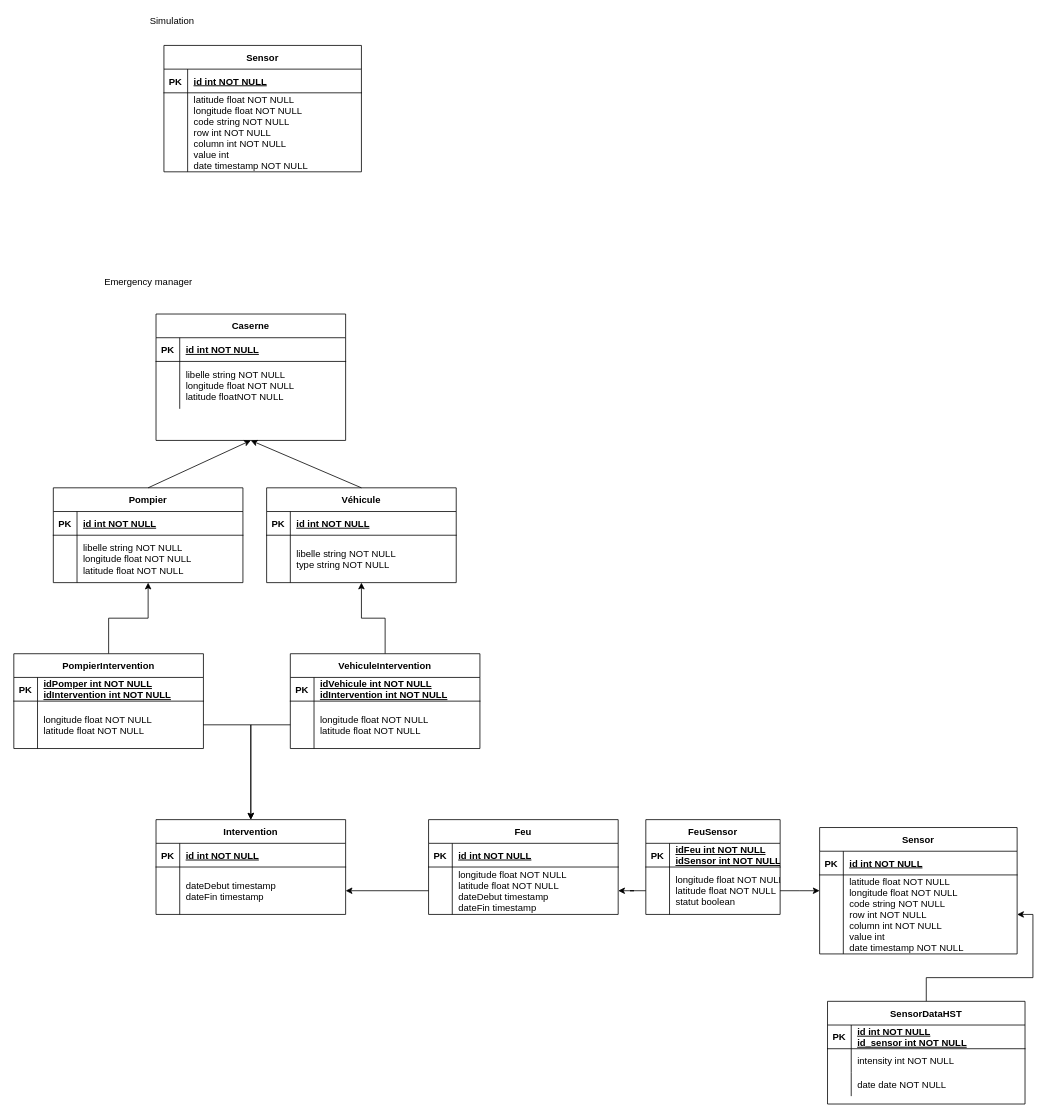
Earlier version of the draw.io diagram Conception/schemaSQL.drawio (GOROVSKY/projet-scientifique). Source tidied: cells renumbered, new cells numbered last; positions are measured from the earlier drawing's top-left corner, leaving out a move shared by most shapes. Both pictures are drawn from the tidied source at 79%, with x=0, y=0 at pixel (13, 13).
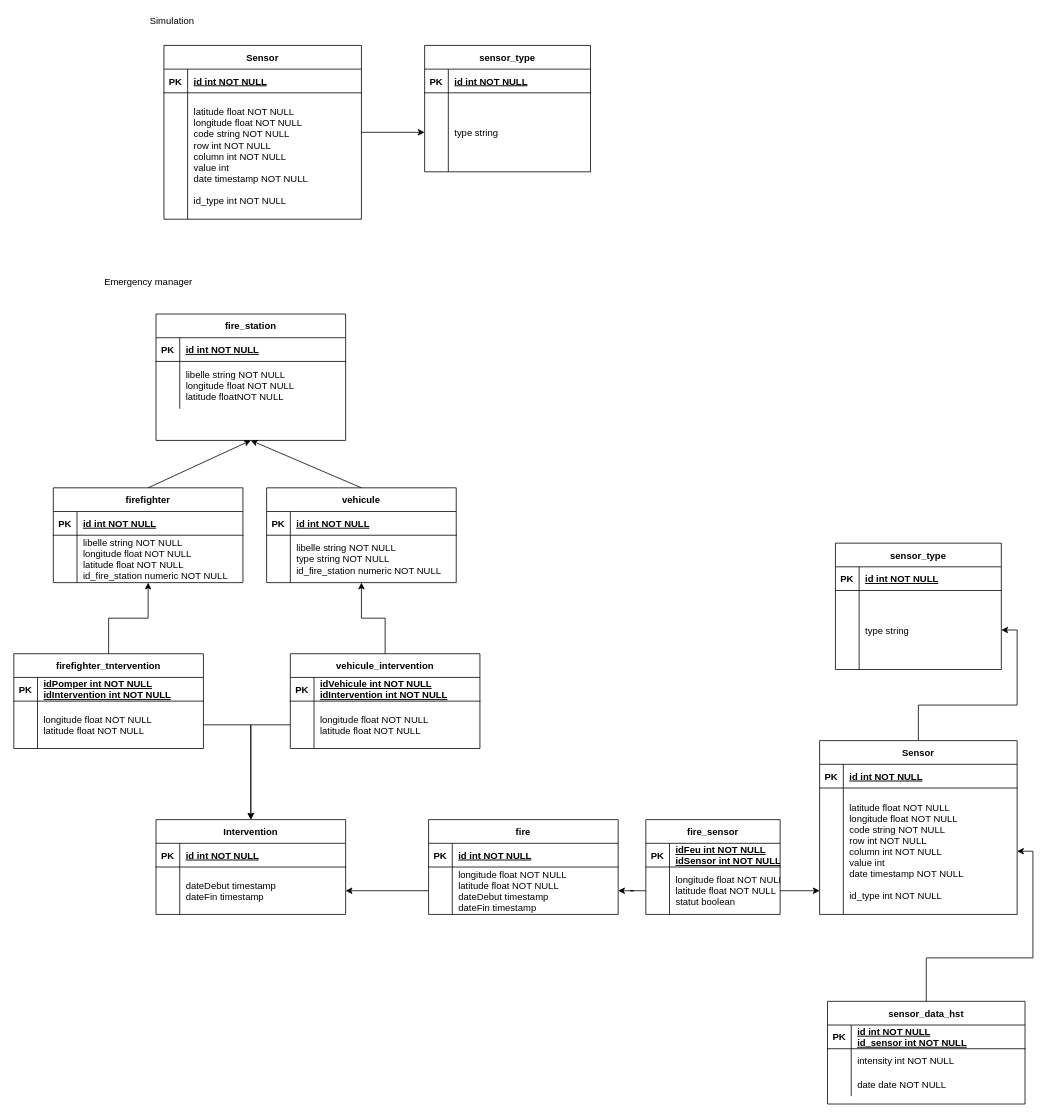
The same diagram, later.

Unchanged cells that the change refers to:
```xml
<mxCell id="31" style="shape=partialRectangle;fillColor=none;top=0;left=0;right=0;bottom=0;" parent="27" vertex="1">
  <mxGeometry y="60" width="240" height="60" as="geometry" />
</mxCell>
<mxCell id="38" style="shape=partialRectangle;fillColor=none;top=0;left=0;right=0;bottom=0;" parent="34" vertex="1">
  <mxGeometry y="60" width="240" height="60" as="geometry" />
</mxCell>
<mxCell id="88" style="shape=partialRectangle;fillColor=none;top=0;left=0;right=0;bottom=1;" parent="87" vertex="1">
  <mxGeometry y="30" width="250" height="30" as="geometry" />
</mxCell>
```

The edit, as a diff of the source:
```diff
@@
-    <mxCell id="2" style="edgeStyle=orthogonalEdgeStyle;rounded=0;jettySize=auto;html=1;" parent="1" edge="1" source="3" target="91">
-      <mxGeometry relative="1" as="geometry" />
-    </mxCell>
+    <mxCell id="94" style="edgeStyle=orthogonalEdgeStyle;rounded=0;jettySize=auto;html=1;" parent="1" edge="1" source="3" target="105">
+      <mxGeometry relative="1" as="geometry" />
+    </mxCell>
-    <mxCell id="3" value="SensorDataHST" style="shape=table;startSize=30;childLayout=tableLayout;rowLines=0;fontStyle=1;align=center;" parent="1" vertex="1">
+    <mxCell id="3" value="sensor_data_hst" style="shape=table;startSize=30;childLayout=tableLayout;rowLines=0;fontStyle=1;align=center;" parent="1" vertex="1">
       <mxGeometry x="1030" y="1250" width="250" height="130" as="geometry" />
     </mxCell>
@@
+    <mxCell id="95" style="edgeStyle=orthogonalEdgeStyle;rounded=0;jettySize=auto;html=1;" parent="1" edge="1" source="13" target="100">
+      <mxGeometry relative="1" as="geometry" />
+    </mxCell>
     <mxCell id="13" value="Sensor" style="shape=table;startSize=30;childLayout=tableLayout;rowLines=0;fontStyle=1;align=center;" parent="1" vertex="1">
-      <mxGeometry x="190" y="40" width="250" height="160" as="geometry" />
+      <mxGeometry x="190" y="40" width="250" height="220" as="geometry" />
     </mxCell>
@@
     <mxCell id="17" style="shape=partialRectangle;fillColor=none;top=0;left=0;right=0;bottom=0;" parent="13" vertex="1">
-      <mxGeometry y="60" width="250" height="100" as="geometry" />
+      <mxGeometry y="60" width="250" height="160" as="geometry" />
     </mxCell>
     <mxCell id="18" style="shape=partialRectangle;overflow=hidden;fillColor=none;top=0;left=0;bottom=0;right=0;" parent="17" vertex="1">
-      <mxGeometry width="30" height="100" as="geometry" />
+      <mxGeometry width="30" height="160" as="geometry" />
     </mxCell>
-    <mxCell id="19" value="latitude float NOT NULL&#10;longitude float NOT NULL&#10;code string NOT NULL&#10;row int NOT NULL&#10;column int NOT NULL&#10;value int&#10;date timestamp NOT NULL" style="shape=partialRectangle;overflow=hidden;fillColor=none;top=0;left=0;bottom=0;right=0;align=left;spacingLeft=6;" parent="17" vertex="1">
-      <mxGeometry x="30" width="220" height="100" as="geometry" />
+    <mxCell id="19" value="latitude float NOT NULL&#10;longitude float NOT NULL&#10;code string NOT NULL&#10;row int NOT NULL&#10;column int NOT NULL&#10;value int&#10;date timestamp NOT NULL&#10;&#10;id_type int NOT NULL" style="shape=partialRectangle;overflow=hidden;fillColor=none;top=0;left=0;bottom=0;right=0;align=left;spacingLeft=6;" parent="17" vertex="1">
+      <mxGeometry x="30" width="220" height="160" as="geometry" />
     </mxCell>
-    <mxCell id="20" value="Caserne" style="shape=table;startSize=30;childLayout=tableLayout;rowLines=0;fontStyle=1;align=center;" parent="1" vertex="1">
+    <mxCell id="20" value="fire_station" style="shape=table;startSize=30;childLayout=tableLayout;rowLines=0;fontStyle=1;align=center;" parent="1" vertex="1">
       <mxGeometry x="180" y="380" width="240" height="160" as="geometry" />
     </mxCell>
@@
-    <mxCell id="27" value="Pompier" style="shape=table;startSize=30;childLayout=tableLayout;rowLines=0;fontStyle=1;align=center;" parent="1" vertex="1">
+    <mxCell id="27" value="firefighter" style="shape=table;startSize=30;childLayout=tableLayout;rowLines=0;fontStyle=1;align=center;" parent="1" vertex="1">
       <mxGeometry x="50" y="600" width="240" height="120" as="geometry" />
     </mxCell>
@@
-    <mxCell id="33" value="libelle string NOT NULL&#10;longitude float NOT NULL&#10;latitude float NOT NULL" style="shape=partialRectangle;overflow=hidden;fillColor=none;top=0;left=0;bottom=0;right=0;align=left;spacingLeft=6;" parent="31" vertex="1">
+    <mxCell id="33" value="libelle string NOT NULL&#10;longitude float NOT NULL&#10;latitude float NOT NULL&#10;id_fire_station numeric NOT NULL" style="shape=partialRectangle;overflow=hidden;fillColor=none;top=0;left=0;bottom=0;right=0;align=left;spacingLeft=6;" parent="31" vertex="1">
       <mxGeometry x="30" width="210" height="60" as="geometry" />
     </mxCell>
-    <mxCell id="34" value="Véhicule" style="shape=table;startSize=30;childLayout=tableLayout;rowLines=0;fontStyle=1;align=center;" parent="1" vertex="1">
+    <mxCell id="34" value="vehicule" style="shape=table;startSize=30;childLayout=tableLayout;rowLines=0;fontStyle=1;align=center;" parent="1" vertex="1">
       <mxGeometry x="320" y="600" width="240" height="120" as="geometry" />
     </mxCell>
@@
-    <mxCell id="40" value="libelle string NOT NULL&#10;type string NOT NULL" style="shape=partialRectangle;overflow=hidden;fillColor=none;top=0;left=0;bottom=0;right=0;align=left;spacingLeft=6;" parent="38" vertex="1">
+    <mxCell id="40" value="libelle string NOT NULL&#10;type string NOT NULL&#10;id_fire_station numeric NOT NULL" style="shape=partialRectangle;overflow=hidden;fillColor=none;top=0;left=0;bottom=0;right=0;align=left;spacingLeft=6;" parent="38" vertex="1">
       <mxGeometry x="30" width="210" height="60" as="geometry" />
     </mxCell>
@@
-    <mxCell id="52" value="Feu" style="shape=table;startSize=30;childLayout=tableLayout;rowLines=0;fontStyle=1;align=center;" parent="1" vertex="1">
+    <mxCell id="52" value="fire" style="shape=table;startSize=30;childLayout=tableLayout;rowLines=0;fontStyle=1;align=center;" parent="1" vertex="1">
       <mxGeometry x="525" y="1020" width="240" height="120" as="geometry" />
     </mxCell>
@@
-    <mxCell id="61" value="PompierIntervention" style="shape=table;startSize=30;childLayout=tableLayout;rowLines=0;fontStyle=1;align=center;" parent="1" vertex="1">
+    <mxCell id="61" value="firefighter_tntervention" style="shape=table;startSize=30;childLayout=tableLayout;rowLines=0;fontStyle=1;align=center;" parent="1" vertex="1">
       <mxGeometry y="810" width="240" height="120" as="geometry" />
     </mxCell>
@@
-    <mxCell id="69" value="VehiculeIntervention" style="shape=table;startSize=30;childLayout=tableLayout;rowLines=0;fontStyle=1;align=center;" parent="1" vertex="1">
+    <mxCell id="69" value="vehicule_intervention" style="shape=table;startSize=30;childLayout=tableLayout;rowLines=0;fontStyle=1;align=center;" parent="1" vertex="1">
       <mxGeometry x="350" y="810" width="240" height="120" as="geometry" />
     </mxCell>
@@
-    <mxCell id="78" value="FeuSensor" style="shape=table;startSize=30;childLayout=tableLayout;rowLines=0;fontStyle=1;align=center;" parent="1" vertex="1">
+    <mxCell id="78" value="fire_sensor" style="shape=table;startSize=30;childLayout=tableLayout;rowLines=0;fontStyle=1;align=center;" parent="1" vertex="1">
       <mxGeometry x="800" y="1020" width="170" height="120" as="geometry" />
     </mxCell>
@@
+    <mxCell id="96" value="sensor_type" style="shape=table;startSize=30;childLayout=tableLayout;rowLines=0;fontStyle=1;align=center;" parent="1" vertex="1">
+      <mxGeometry x="520" y="40" width="210" height="160" as="geometry" />
+    </mxCell>
+    <mxCell id="97" style="shape=partialRectangle;fillColor=none;top=0;left=0;right=0;bottom=1;" parent="96" vertex="1">
+      <mxGeometry y="30" width="210" height="30" as="geometry" />
+    </mxCell>
+    <mxCell id="98" value="PK" style="shape=partialRectangle;overflow=hidden;fillColor=none;top=0;left=0;bottom=0;right=0;fontStyle=1;" parent="97" vertex="1">
+      <mxGeometry width="30" height="30" as="geometry" />
+    </mxCell>
+    <mxCell id="99" value="id int NOT NULL " style="shape=partialRectangle;overflow=hidden;fillColor=none;top=0;left=0;bottom=0;right=0;align=left;spacingLeft=6;fontStyle=5;" parent="97" vertex="1">
+      <mxGeometry x="30" width="180" height="30" as="geometry" />
+    </mxCell>
+    <mxCell id="100" style="shape=partialRectangle;fillColor=none;points=[[0,0.5],[1,0.5]];portConstraint=eastwest;top=0;left=0;right=0;bottom=0;" parent="96" vertex="1">
+      <mxGeometry y="60" width="210" height="100" as="geometry" />
+    </mxCell>
+    <mxCell id="101" style="shape=partialRectangle;overflow=hidden;fillColor=none;top=0;left=0;bottom=0;right=0;" parent="100" vertex="1">
+      <mxGeometry width="30" height="100" as="geometry" />
+    </mxCell>
+    <mxCell id="102" value="type string" style="shape=partialRectangle;overflow=hidden;fillColor=none;top=0;left=0;bottom=0;right=0;align=left;spacingLeft=6;" parent="100" vertex="1">
+      <mxGeometry x="30" width="180" height="100" as="geometry" />
+    </mxCell>
+    <mxCell id="103" style="edgeStyle=orthogonalEdgeStyle;rounded=0;jettySize=auto;html=1;" parent="1" edge="1" source="87" target="112">
+      <mxGeometry relative="1" as="geometry" />
+    </mxCell>
     <mxCell id="87" value="Sensor" style="shape=table;startSize=30;childLayout=tableLayout;rowLines=0;fontStyle=1;align=center;" parent="1" vertex="1">
-      <mxGeometry x="1020" y="1030" width="250" height="160" as="geometry" />
+      <mxGeometry x="1020" y="920" width="250" height="220" as="geometry" />
     </mxCell>
@@
-    <mxCell id="89" value="PK" style="shape=partialRectangle;overflow=hidden;fillColor=none;top=0;left=0;bottom=0;right=0;fontStyle=1;" parent="88" vertex="1">
-      <mxGeometry width="30" height="30" as="geometry" />
-    </mxCell>
+    <mxCell id="104" value="PK" style="shape=partialRectangle;overflow=hidden;fillColor=none;top=0;left=0;bottom=0;right=0;fontStyle=1;" parent="88" vertex="1">
+      <mxGeometry width="30" height="30" as="geometry" />
+    </mxCell>
@@
-    <mxCell id="91" style="shape=partialRectangle;fillColor=none;points=[[0,0.5],[1,0.5]];portConstraint=eastwest;top=0;left=0;right=0;bottom=0;" parent="87" vertex="1">
-      <mxGeometry y="60" width="250" height="100" as="geometry" />
-    </mxCell>
-    <mxCell id="92" style="shape=partialRectangle;overflow=hidden;fillColor=none;top=0;left=0;bottom=0;right=0;" parent="91" vertex="1">
-      <mxGeometry width="30" height="100" as="geometry" />
-    </mxCell>
-    <mxCell id="93" value="latitude float NOT NULL&#10;longitude float NOT NULL&#10;code string NOT NULL&#10;row int NOT NULL&#10;column int NOT NULL&#10;value int&#10;date timestamp NOT NULL" style="shape=partialRectangle;overflow=hidden;fillColor=none;top=0;left=0;bottom=0;right=0;align=left;spacingLeft=6;" parent="91" vertex="1">
-      <mxGeometry x="30" width="220" height="100" as="geometry" />
-    </mxCell>
+    <mxCell id="105" style="shape=partialRectangle;fillColor=none;points=[[0,0.5],[1,0.5]];portConstraint=eastwest;top=0;left=0;right=0;bottom=0;" parent="87" vertex="1">
+      <mxGeometry y="60" width="250" height="160" as="geometry" />
+    </mxCell>
+    <mxCell id="106" style="shape=partialRectangle;overflow=hidden;fillColor=none;top=0;left=0;bottom=0;right=0;" parent="105" vertex="1">
+      <mxGeometry width="30" height="160" as="geometry" />
+    </mxCell>
+    <mxCell id="107" value="latitude float NOT NULL&#10;longitude float NOT NULL&#10;code string NOT NULL&#10;row int NOT NULL&#10;column int NOT NULL&#10;value int&#10;date timestamp NOT NULL&#10;&#10;id_type int NOT NULL" style="shape=partialRectangle;overflow=hidden;fillColor=none;top=0;left=0;bottom=0;right=0;align=left;spacingLeft=6;" parent="105" vertex="1">
+      <mxGeometry x="30" width="220" height="160" as="geometry" />
+    </mxCell>
+    <mxCell id="108" value="sensor_type" style="shape=table;startSize=30;childLayout=tableLayout;rowLines=0;fontStyle=1;align=center;" parent="1" vertex="1">
+      <mxGeometry x="1040" y="670" width="210" height="160" as="geometry" />
+    </mxCell>
+    <mxCell id="109" style="shape=partialRectangle;fillColor=none;top=0;left=0;right=0;bottom=1;" parent="108" vertex="1">
+      <mxGeometry y="30" width="210" height="30" as="geometry" />
+    </mxCell>
+    <mxCell id="110" value="PK" style="shape=partialRectangle;overflow=hidden;fillColor=none;top=0;left=0;bottom=0;right=0;fontStyle=1;" parent="109" vertex="1">
+      <mxGeometry width="30" height="30" as="geometry" />
+    </mxCell>
+    <mxCell id="111" value="id int NOT NULL " style="shape=partialRectangle;overflow=hidden;fillColor=none;top=0;left=0;bottom=0;right=0;align=left;spacingLeft=6;fontStyle=5;" parent="109" vertex="1">
+      <mxGeometry x="30" width="180" height="30" as="geometry" />
+    </mxCell>
+    <mxCell id="112" style="shape=partialRectangle;fillColor=none;points=[[0,0.5],[1,0.5]];portConstraint=eastwest;top=0;left=0;right=0;bottom=0;" parent="108" vertex="1">
+      <mxGeometry y="60" width="210" height="100" as="geometry" />
+    </mxCell>
+    <mxCell id="113" style="shape=partialRectangle;overflow=hidden;fillColor=none;top=0;left=0;bottom=0;right=0;" parent="112" vertex="1">
+      <mxGeometry width="30" height="100" as="geometry" />
+    </mxCell>
+    <mxCell id="114" value="type string" style="shape=partialRectangle;overflow=hidden;fillColor=none;top=0;left=0;bottom=0;right=0;align=left;spacingLeft=6;" parent="112" vertex="1">
+      <mxGeometry x="30" width="180" height="100" as="geometry" />
+    </mxCell>
```
